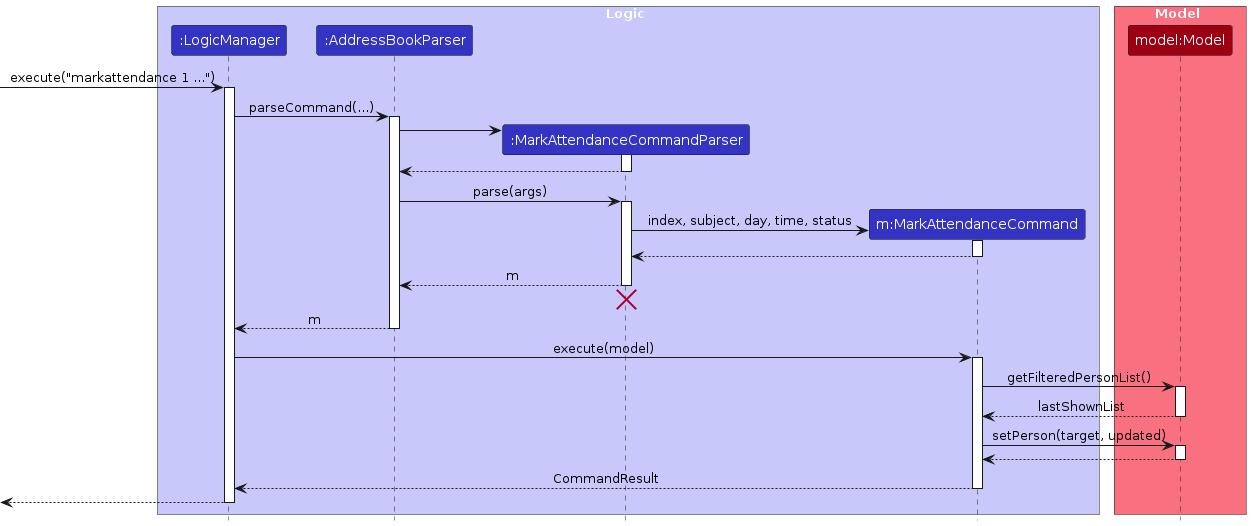
AY2526S2-CS2103T-T09-2/tp keeps this PlantUML diagram as diagrams/MarkAttendanceSequenceDiagram.png. Above is the earlier version. Its source is kept beside it as diagrams/MarkAttendanceSequenceDiagram.puml.
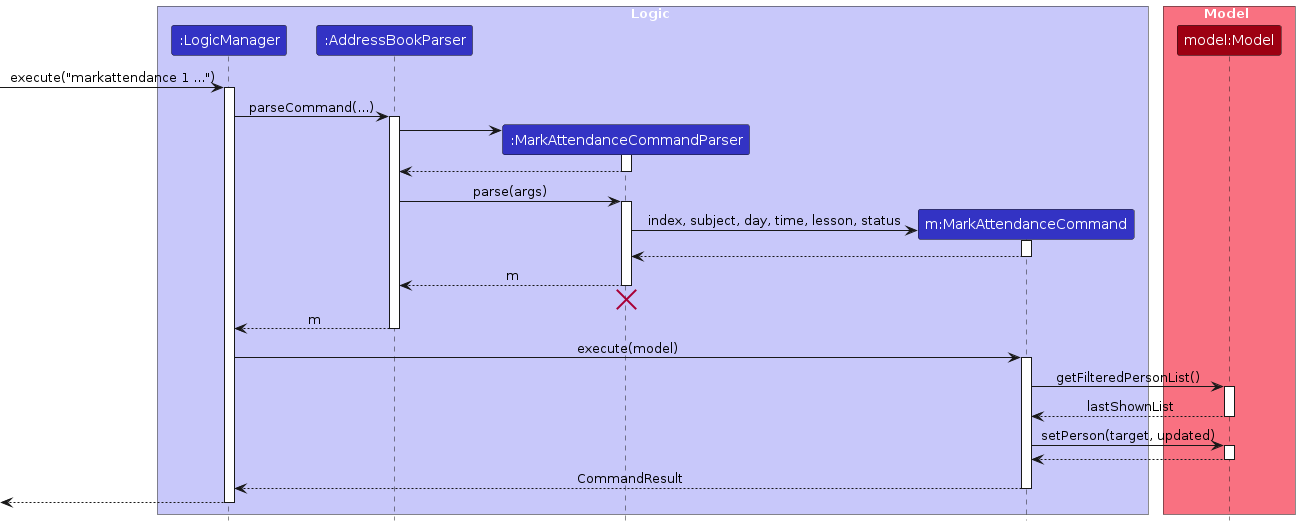
Above is the later version.

Diff of the diagram source:
```diff
@@ -29,7 +29,7 @@
 activate Parser
 
 create Command
-Parser -> Command : index, subject, day, time, status
+Parser -> Command : index, subject, day, time, lesson, status
 activate Command
 Command --> Parser
 deactivate Command
```
